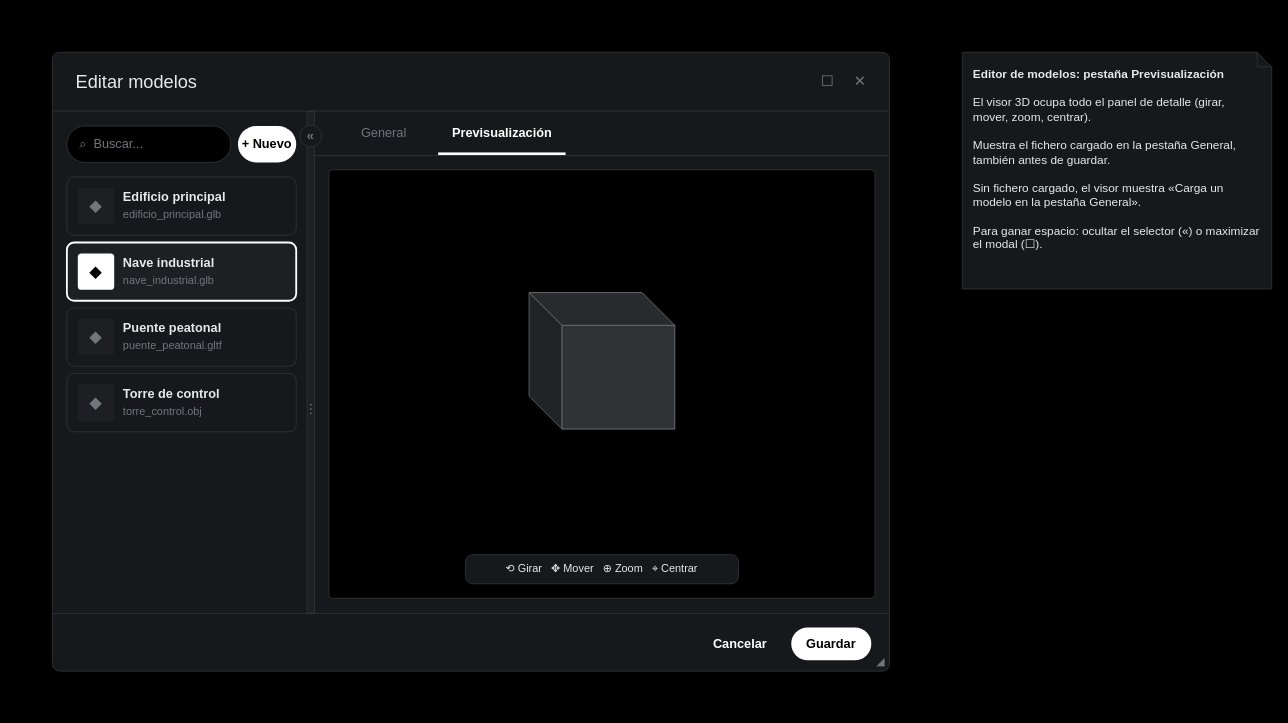
Aaron-B-D/Cliso keeps this draw.io diagram as page "Modelos - Previsualización" (4 of 9) of Documentation/UI/[Diseño] Cliso.UI - Editor.drawio. Above is the earlier version. Source tidied: cells renumbered, new cells numbered last; positions are measured from the earlier drawing's top-left corner, leaving out a move shared by most shapes. Both pictures are drawn from the tidied source at 91%, with x=0, y=0 at pixel (15, 15). Pictures stored in the file or linked from it are replaced by grey dashed boxes.
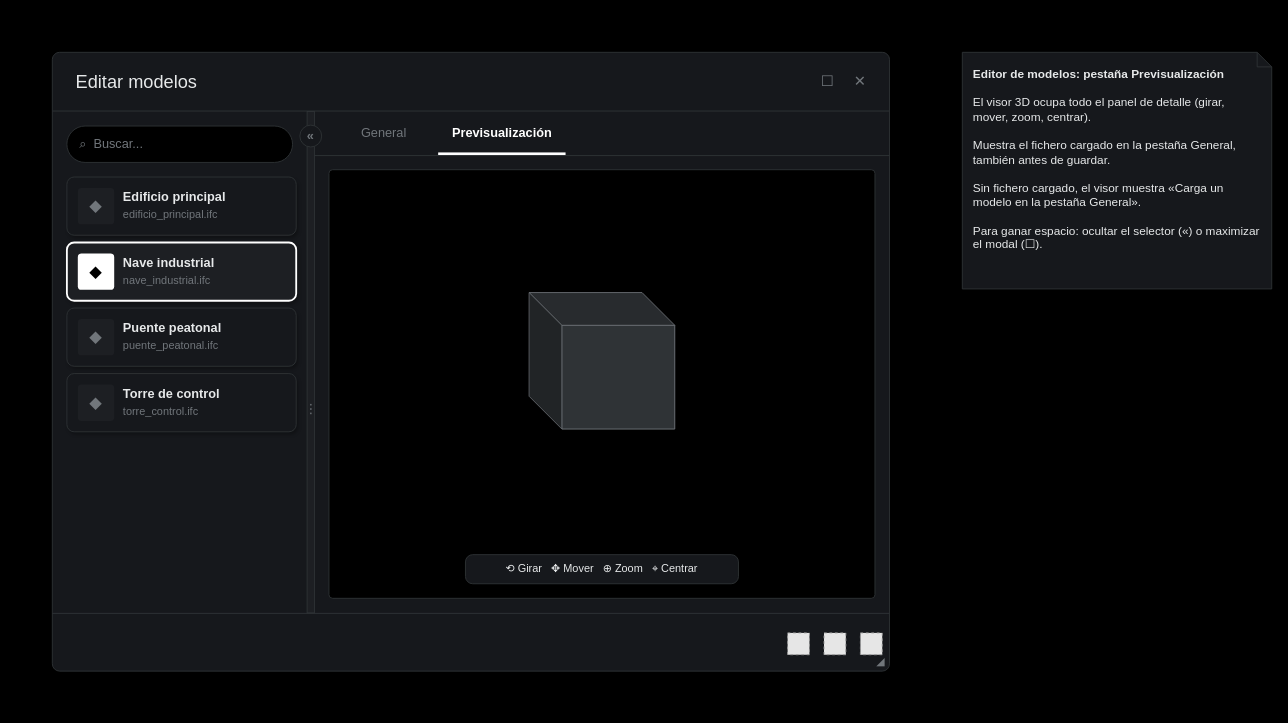
The same page after the edit.

Change to the diagram source:
```diff
@@
     <mxCell id="8" value="⌕&amp;nbsp;&amp;nbsp;Buscar..." style="rounded=1;arcSize=50;whiteSpace=wrap;html=1;fillColor=#000000;strokeColor=#2F3336;align=left;spacingLeft=12;fontSize=14;fontColor=#71767B;" parent="1" vertex="1">
-      <mxGeometry x="56" y="121" width="180" height="40" as="geometry" />
+      <mxGeometry x="56" y="121" width="248" height="40" as="geometry" />
     </mxCell>
-    <mxCell id="9" value="+ Nuevo" style="rounded=1;arcSize=50;whiteSpace=wrap;html=1;fillColor=#FFFFFF;strokeColor=none;fontSize=14;fontStyle=1;fontColor=#000000;" parent="1" vertex="1">
-      <mxGeometry x="244" y="121" width="64" height="40" as="geometry" />
-    </mxCell>
-    <mxCell id="10" style="rounded=1;arcSize=16;absoluteArcSize=1;whiteSpace=wrap;html=1;fillColor=#16181C;strokeColor=#2F3336;" parent="1" vertex="1">
+    <mxCell id="10" style="rounded=1;arcSize=16;absoluteArcSize=1;whiteSpace=wrap;html=1;fillColor=#16181C;strokeColor=#2F3336;shadow=1;" parent="1" vertex="1">
       <mxGeometry x="56" y="177" width="252" height="64" as="geometry" />
     </mxCell>
@@
-    <mxCell id="13" value="edificio_principal.glb" style="text;html=1;align=left;verticalAlign=middle;fontSize=12;fontColor=#71767B;" parent="1" vertex="1">
+    <mxCell id="13" value="edificio_principal.ifc" style="text;html=1;align=left;verticalAlign=middle;fontSize=12;fontColor=#71767B;" parent="1" vertex="1">
       <mxGeometry x="116" y="209" width="180" height="20" as="geometry" />
     </mxCell>
-    <mxCell id="14" style="rounded=1;arcSize=16;absoluteArcSize=1;whiteSpace=wrap;html=1;fillColor=#1D1F23;strokeColor=#FFFFFF;strokeWidth=2;" parent="1" vertex="1">
+    <mxCell id="14" style="rounded=1;arcSize=16;absoluteArcSize=1;whiteSpace=wrap;html=1;fillColor=#1D1F23;strokeColor=#FFFFFF;strokeWidth=2;shadow=1;" parent="1" vertex="1">
       <mxGeometry x="56" y="249" width="252" height="64" as="geometry" />
     </mxCell>
@@
-    <mxCell id="17" value="nave_industrial.glb" style="text;html=1;align=left;verticalAlign=middle;fontSize=12;fontColor=#71767B;" parent="1" vertex="1">
+    <mxCell id="17" value="nave_industrial.ifc" style="text;html=1;align=left;verticalAlign=middle;fontSize=12;fontColor=#71767B;" parent="1" vertex="1">
       <mxGeometry x="116" y="281" width="180" height="20" as="geometry" />
     </mxCell>
-    <mxCell id="18" style="rounded=1;arcSize=16;absoluteArcSize=1;whiteSpace=wrap;html=1;fillColor=#16181C;strokeColor=#2F3336;" parent="1" vertex="1">
+    <mxCell id="18" style="rounded=1;arcSize=16;absoluteArcSize=1;whiteSpace=wrap;html=1;fillColor=#16181C;strokeColor=#2F3336;shadow=1;" parent="1" vertex="1">
       <mxGeometry x="56" y="321" width="252" height="64" as="geometry" />
     </mxCell>
@@
-    <mxCell id="21" value="puente_peatonal.gltf" style="text;html=1;align=left;verticalAlign=middle;fontSize=12;fontColor=#71767B;" parent="1" vertex="1">
+    <mxCell id="21" value="puente_peatonal.ifc" style="text;html=1;align=left;verticalAlign=middle;fontSize=12;fontColor=#71767B;" parent="1" vertex="1">
       <mxGeometry x="116" y="353" width="180" height="20" as="geometry" />
     </mxCell>
-    <mxCell id="22" style="rounded=1;arcSize=16;absoluteArcSize=1;whiteSpace=wrap;html=1;fillColor=#16181C;strokeColor=#2F3336;" parent="1" vertex="1">
+    <mxCell id="22" style="rounded=1;arcSize=16;absoluteArcSize=1;whiteSpace=wrap;html=1;fillColor=#16181C;strokeColor=#2F3336;shadow=1;" parent="1" vertex="1">
       <mxGeometry x="56" y="393" width="252" height="64" as="geometry" />
     </mxCell>
@@
-    <mxCell id="25" value="torre_control.obj" style="text;html=1;align=left;verticalAlign=middle;fontSize=12;fontColor=#71767B;" parent="1" vertex="1">
+    <mxCell id="25" value="torre_control.ifc" style="text;html=1;align=left;verticalAlign=middle;fontSize=12;fontColor=#71767B;" parent="1" vertex="1">
       <mxGeometry x="116" y="425" width="180" height="20" as="geometry" />
     </mxCell>
@@
-    <mxCell id="37" value="Cancelar" style="rounded=1;arcSize=50;whiteSpace=wrap;html=1;fillColor=none;strokeColor=none;fontSize=14;fontStyle=1;fontColor=#FFFFFF;" parent="1" vertex="1">
-      <mxGeometry x="748" y="672" width="96" height="36" as="geometry" />
-    </mxCell>
-    <mxCell id="38" value="Guardar" style="rounded=1;arcSize=50;whiteSpace=wrap;html=1;fillColor=#FFFFFF;strokeColor=none;fontSize=14;fontStyle=1;fontColor=#000000;" parent="1" vertex="1">
-      <mxGeometry x="852" y="672" width="88" height="36" as="geometry" />
-    </mxCell>
+    <mxCell id="41" style="fillColor=#E6E6E6;strokeColor=#999999;dashed=1;html=1;" parent="1" vertex="1">
+      <mxGeometry x="848" y="678" width="24" height="24" as="geometry" />
+    </mxCell>
+    <mxCell id="42" style="fillColor=#E6E6E6;strokeColor=#999999;dashed=1;html=1;" parent="1" vertex="1">
+      <mxGeometry x="888" y="678" width="24" height="24" as="geometry" />
+    </mxCell>
+    <mxCell id="43" style="fillColor=#E6E6E6;strokeColor=#999999;dashed=1;html=1;" parent="1" vertex="1">
+      <mxGeometry x="928" y="678" width="24" height="24" as="geometry" />
+    </mxCell>
```
